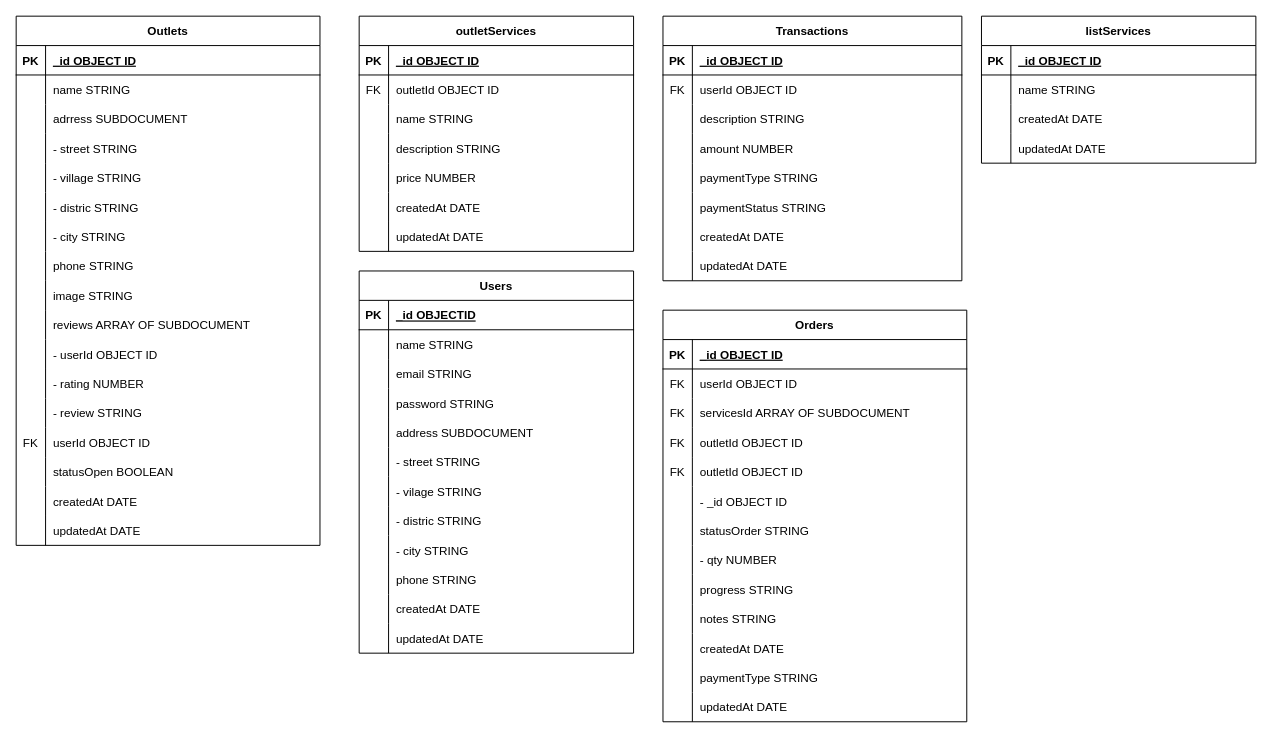
Before: schema.drawio in Final-Project-MyLaundry/backend, a draw.io diagram. Source tidied: cells renumbered, new cells numbered last; positions are measured from the earlier drawing's top-left corner, leaving out a move shared by most shapes. Both pictures are drawn from the tidied source at 98%, with x=0, y=0 at pixel (16, 16).
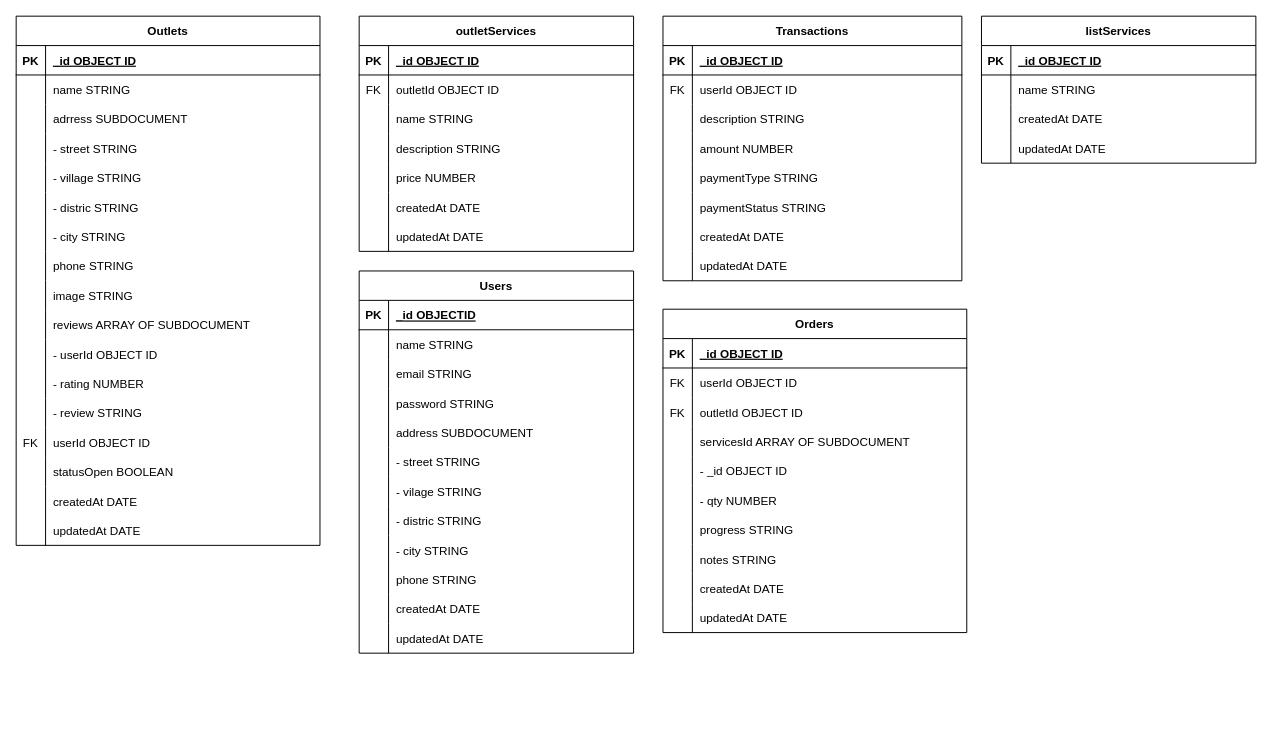
After the change.

Commit message:
refactor : refactor collection orders

Change to the diagram source:
```diff
@@
     <mxCell id="138" value="Orders" style="shape=table;startSize=30;childLayout=tableLayout;rowLines=0;fontStyle=1;align=center;" parent="1" vertex="1">
-      <mxGeometry x="660" y="300" width="310" height="420" as="geometry" />
+      <mxGeometry x="660" y="299" width="310" height="330" as="geometry" />
     </mxCell>
@@
-    <mxCell id="145" style="shape=tableRow;horizontal=0;startSize=0;swimlaneHead=0;swimlaneBody=0;fillColor=none;top=0;left=0;right=0;bottom=0;" parent="138" vertex="1">
-      <mxGeometry y="90" width="310" height="30" as="geometry" />
-    </mxCell>
-    <mxCell id="146" value="FK" style="shape=partialRectangle;fillColor=none;top=0;left=0;bottom=0;right=0;overflow=hidden;" parent="145" vertex="1">
-      <mxGeometry width="30" height="30" as="geometry" />
-    </mxCell>
-    <mxCell id="147" value="servicesId ARRAY OF SUBDOCUMENT" style="shape=partialRectangle;fillColor=none;top=0;left=0;bottom=0;right=0;align=left;spacingLeft=6;overflow=hidden;" parent="145" vertex="1">
-      <mxGeometry x="30" width="280" height="30" as="geometry" />
-    </mxCell>
     <mxCell id="148" style="shape=tableRow;horizontal=0;startSize=0;swimlaneHead=0;swimlaneBody=0;fillColor=none;top=0;left=0;right=0;bottom=0;" parent="138" vertex="1">
-      <mxGeometry y="120" width="310" height="30" as="geometry" />
+      <mxGeometry y="90" width="310" height="30" as="geometry" />
     </mxCell>
@@
     <mxCell id="151" style="shape=tableRow;horizontal=0;startSize=0;swimlaneHead=0;swimlaneBody=0;fillColor=none;top=0;left=0;right=0;bottom=0;" parent="138" vertex="1">
-      <mxGeometry y="150" width="310" height="30" as="geometry" />
+      <mxGeometry y="120" width="310" height="30" as="geometry" />
     </mxCell>
-    <mxCell id="152" value="FK" style="shape=partialRectangle;fillColor=none;top=0;left=0;bottom=0;right=0;overflow=hidden;" parent="151" vertex="1">
+    <mxCell id="152" style="shape=partialRectangle;fillColor=none;top=0;left=0;bottom=0;right=0;overflow=hidden;" parent="151" vertex="1">
       <mxGeometry width="30" height="30" as="geometry" />
     </mxCell>
-    <mxCell id="153" value="outletId OBJECT ID" style="shape=partialRectangle;fillColor=none;top=0;left=0;bottom=0;right=0;align=left;spacingLeft=6;overflow=hidden;" parent="151" vertex="1">
+    <mxCell id="153" value="servicesId ARRAY OF SUBDOCUMENT" style="shape=partialRectangle;fillColor=none;top=0;left=0;bottom=0;right=0;align=left;spacingLeft=6;overflow=hidden;" parent="151" vertex="1">
       <mxGeometry x="30" width="280" height="30" as="geometry" />
     </mxCell>
     <mxCell id="154" style="shape=tableRow;horizontal=0;startSize=0;swimlaneHead=0;swimlaneBody=0;fillColor=none;top=0;left=0;right=0;bottom=0;" parent="138" vertex="1">
-      <mxGeometry y="180" width="310" height="30" as="geometry" />
+      <mxGeometry y="150" width="310" height="30" as="geometry" />
     </mxCell>
@@
-    <mxCell id="157" style="shape=tableRow;horizontal=0;startSize=0;swimlaneHead=0;swimlaneBody=0;fillColor=none;top=0;left=0;right=0;bottom=0;" parent="138" vertex="1">
-      <mxGeometry y="210" width="310" height="30" as="geometry" />
-    </mxCell>
-    <mxCell id="158" style="shape=partialRectangle;fillColor=none;top=0;left=0;bottom=0;right=0;overflow=hidden;" parent="157" vertex="1">
-      <mxGeometry width="30" height="30" as="geometry" />
-    </mxCell>
-    <mxCell id="159" value="statusOrder STRING" style="shape=partialRectangle;fillColor=none;top=0;left=0;bottom=0;right=0;align=left;spacingLeft=6;overflow=hidden;" parent="157" vertex="1">
-      <mxGeometry x="30" width="280" height="30" as="geometry" />
-    </mxCell>
     <mxCell id="160" style="shape=tableRow;horizontal=0;startSize=0;swimlaneHead=0;swimlaneBody=0;fillColor=none;top=0;left=0;right=0;bottom=0;" parent="138" vertex="1">
-      <mxGeometry y="240" width="310" height="30" as="geometry" />
+      <mxGeometry y="180" width="310" height="30" as="geometry" />
     </mxCell>
@@
     <mxCell id="163" style="shape=tableRow;horizontal=0;startSize=0;swimlaneHead=0;swimlaneBody=0;fillColor=none;top=0;left=0;right=0;bottom=0;" parent="138" vertex="1">
-      <mxGeometry y="270" width="310" height="30" as="geometry" />
+      <mxGeometry y="210" width="310" height="30" as="geometry" />
     </mxCell>
@@
     <mxCell id="166" style="shape=tableRow;horizontal=0;startSize=0;swimlaneHead=0;swimlaneBody=0;fillColor=none;top=0;left=0;right=0;bottom=0;" parent="138" vertex="1">
-      <mxGeometry y="300" width="310" height="30" as="geometry" />
+      <mxGeometry y="240" width="310" height="30" as="geometry" />
     </mxCell>
@@
     <mxCell id="169" style="shape=tableRow;horizontal=0;startSize=0;swimlaneHead=0;swimlaneBody=0;fillColor=none;top=0;left=0;right=0;bottom=0;" parent="138" vertex="1">
-      <mxGeometry y="330" width="310" height="30" as="geometry" />
+      <mxGeometry y="270" width="310" height="30" as="geometry" />
     </mxCell>
@@
-    <mxCell id="172" style="shape=tableRow;horizontal=0;startSize=0;swimlaneHead=0;swimlaneBody=0;fillColor=none;top=0;left=0;right=0;bottom=0;" parent="138" vertex="1">
-      <mxGeometry y="360" width="310" height="30" as="geometry" />
-    </mxCell>
-    <mxCell id="173" style="shape=partialRectangle;fillColor=none;top=0;left=0;bottom=0;right=0;overflow=hidden;" parent="172" vertex="1">
-      <mxGeometry width="30" height="30" as="geometry" />
-    </mxCell>
-    <mxCell id="174" value="paymentType STRING" style="shape=partialRectangle;fillColor=none;top=0;left=0;bottom=0;right=0;align=left;spacingLeft=6;overflow=hidden;" parent="172" vertex="1">
-      <mxGeometry x="30" width="280" height="30" as="geometry" />
-    </mxCell>
     <mxCell id="175" style="shape=tableRow;horizontal=0;startSize=0;swimlaneHead=0;swimlaneBody=0;fillColor=none;top=0;left=0;right=0;bottom=0;" parent="138" vertex="1">
-      <mxGeometry y="390" width="310" height="30" as="geometry" />
+      <mxGeometry y="300" width="310" height="30" as="geometry" />
     </mxCell>
```
